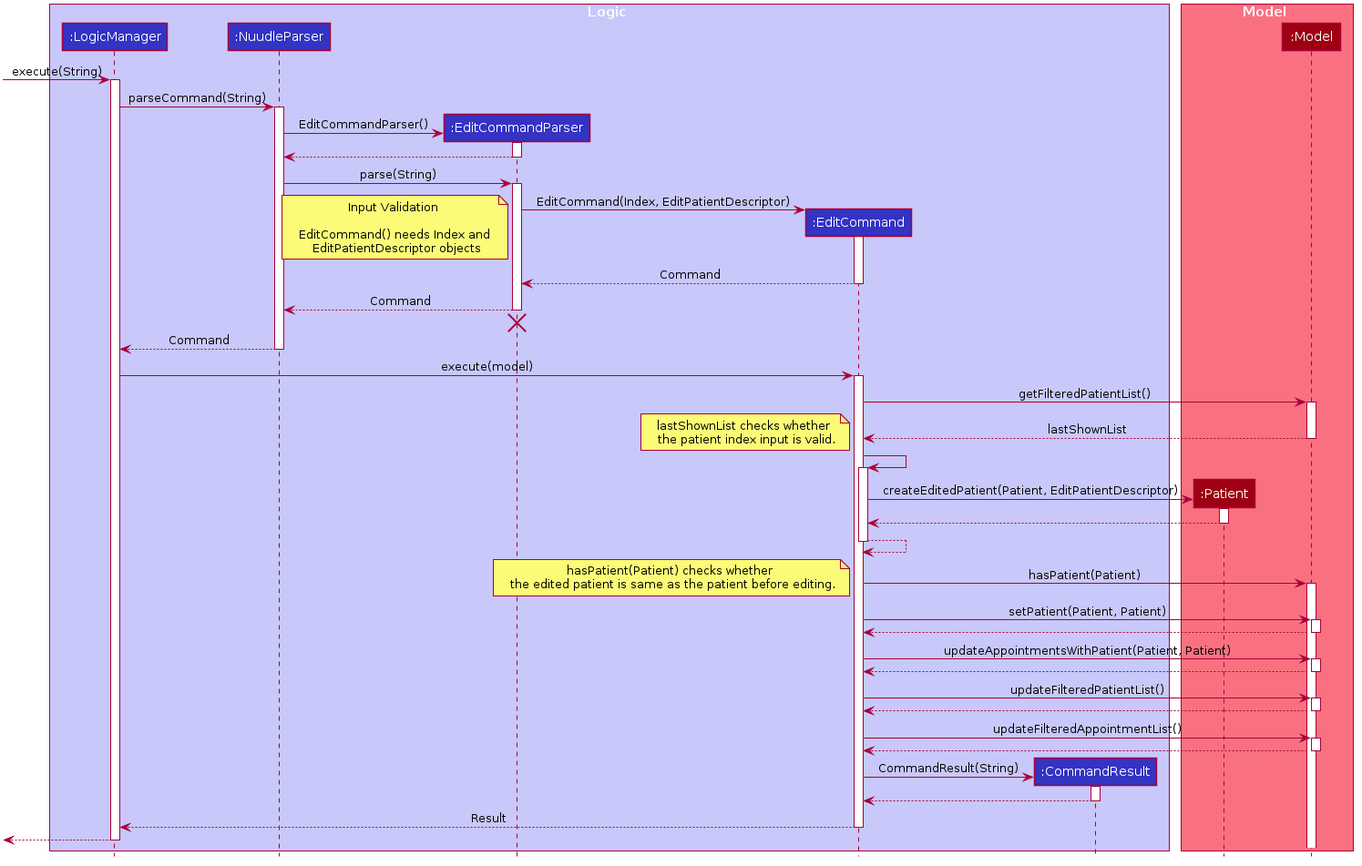
Before: docs/images/EditSequenceDiagram.png, a diagram exported from PlantUML (xz0127/tp). Its diagram source:
```plantuml
@startuml








skinparam BackgroundColor #FFFFFFF

skinparam Shadowing false

skinparam Class {
    FontColor #FFFFFF
    BorderThickness 1
    BorderColor #FFFFFF
    StereotypeFontColor #FFFFFF
    FontName Arial
}

skinparam Actor {
    BorderColor #000000
    Color #000000
    FontName Arial
}

skinparam Sequence {
    MessageAlign center
    BoxFontSize 15
    BoxPadding 0
    BoxFontColor #FFFFFF
    FontName Arial
}

skinparam Participant {
    FontColor #FFFFFFF
    Padding 20
}

skinparam MinClassWidth 50
skinparam ParticipantPadding 10
skinparam Shadowing false
skinparam DefaultTextAlignment center
skinparam packageStyle Rectangle

hide footbox
hide members
hide circle

box Logic #C8C8FA
participant ":LogicManager" as LogicManager #3333C4
participant ":NuudleParser" as NuudleParser #3333C4
participant ":EditCommandParser" as EditCommandParser #3333C4
participant ":EditCommand" as EditCommand #3333C4
participant ":CommandResult" as CommandResult #3333C4

end box

box Model #F97181
participant ":Patient" as Patient #9D0012
participant ":Model" as Model #9D0012
end box

[-> LogicManager : execute(String)
activate LogicManager

LogicManager -> NuudleParser : parseCommand(String)
activate NuudleParser

create EditCommandParser
NuudleParser -> EditCommandParser: EditCommandParser()
activate EditCommandParser

EditCommandParser --> NuudleParser
deactivate EditCommandParser

NuudleParser -> EditCommandParser : parse(String)
activate EditCommandParser

create EditCommand
EditCommandParser -> EditCommand: EditCommand(Index, EditPatientDescriptor)
note left: Input Validation \n \n EditCommand() needs Index and \n EditPatientDescriptor objects
activate EditCommand

EditCommand --> EditCommandParser: Command
deactivate EditCommand

EditCommandParser --> NuudleParser: Command
deactivate EditCommandParser
EditCommandParser -[hidden]-> NuudleParser
destroy EditCommandParser

NuudleParser --> LogicManager: Command
deactivate NuudleParser

LogicManager -> EditCommand : execute(model)
activate EditCommand

EditCommand -> Model : getFilteredPatientList()
activate Model

Model --> EditCommand : lastShownList
deactivate Model

note left: lastShownList checks whether \n the patient index input is valid.

EditCommand -> EditCommand
activate EditCommand

create Patient
EditCommand -> Patient: createEditedPatient(Patient, EditPatientDescriptor)
activate Patient

Patient --> EditCommand
deactivate Patient

EditCommand --> EditCommand
deactivate EditCommand

EditCommand -> Model : hasPatient(Patient)
activate Model

note left: hasPatient(Patient) checks whether \n the edited patient is same as the patient before editing.

EditCommand -> Model : setPatient(Patient, Patient)
activate Model

Model --> EditCommand
deactivate Model

EditCommand -> Model : updateAppointmentsWithPatient(Patient, Patient)
activate Model

Model --> EditCommand
deactivate Model

EditCommand -> Model : updateFilteredPatientList()
activate Model

Model --> EditCommand
deactivate Model

EditCommand -> Model : updateFilteredAppointmentList()
activate Model

Model --> EditCommand
deactivate Model

create CommandResult
EditCommand -> CommandResult: CommandResult(String)
activate CommandResult

CommandResult --> EditCommand
deactivate CommandResult

EditCommand --> LogicManager : Result
deactivate EditCommand

[<--LogicManager
deactivate LogicManager
@enduml
```
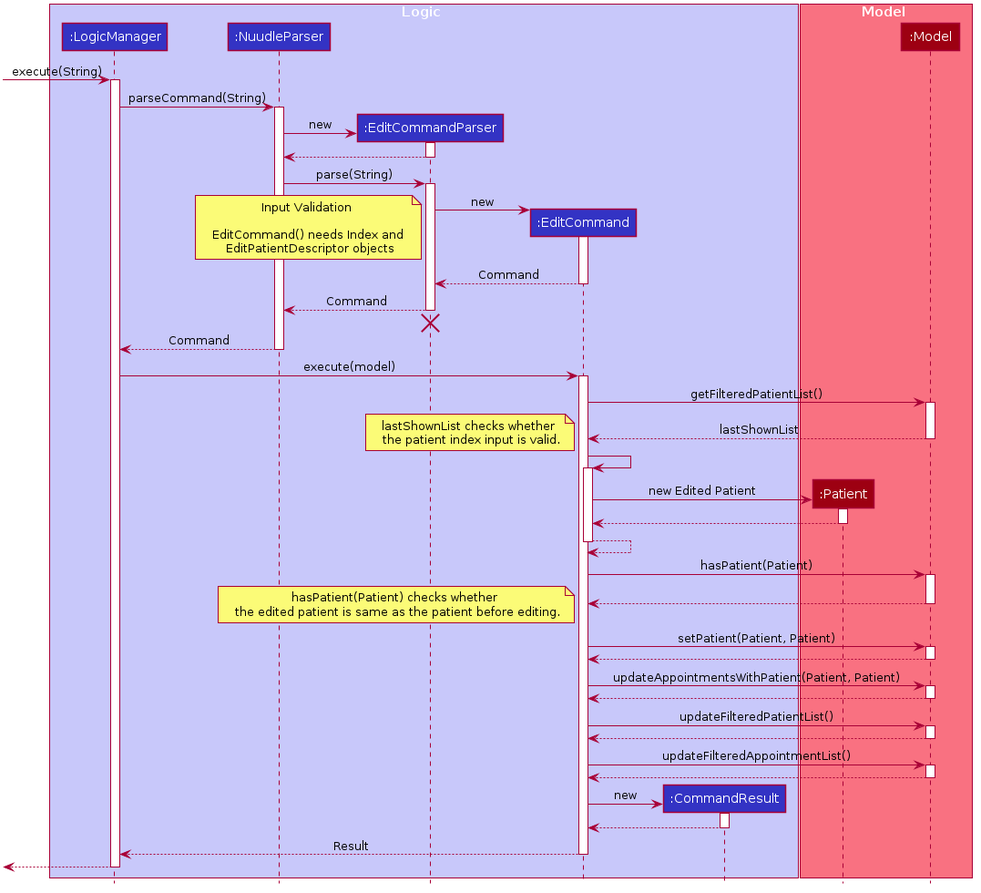
After the change.

Diff of the diagram source:
```diff
@@ -69,7 +69,7 @@
 activate NuudleParser
 
 create EditCommandParser
-NuudleParser -> EditCommandParser: EditCommandParser()
+NuudleParser -> EditCommandParser: new
 activate EditCommandParser
 
 EditCommandParser --> NuudleParser
@@ -79,7 +79,7 @@
 activate EditCommandParser
 
 create EditCommand
-EditCommandParser -> EditCommand: EditCommand(Index, EditPatientDescriptor)
+EditCommandParser -> EditCommand: new
 note left: Input Validation \n \n EditCommand() needs Index and \n EditPatientDescriptor objects
 activate EditCommand
 
@@ -109,7 +109,7 @@
 activate EditCommand
 
 create Patient
-EditCommand -> Patient: createEditedPatient(Patient, EditPatientDescriptor)
+EditCommand -> Patient: new Edited Patient
 activate Patient
 
 Patient --> EditCommand
@@ -120,6 +120,9 @@
 
 EditCommand -> Model : hasPatient(Patient)
 activate Model
+
+Model --> EditCommand
+deactivate Model
 
 note left: hasPatient(Patient) checks whether \n the edited patient is same as the patient before editing.
 
@@ -148,7 +151,7 @@
 deactivate Model
 
 create CommandResult
-EditCommand -> CommandResult: CommandResult(String)
+EditCommand -> CommandResult : new
 activate CommandResult
 
 CommandResult --> EditCommand
```
